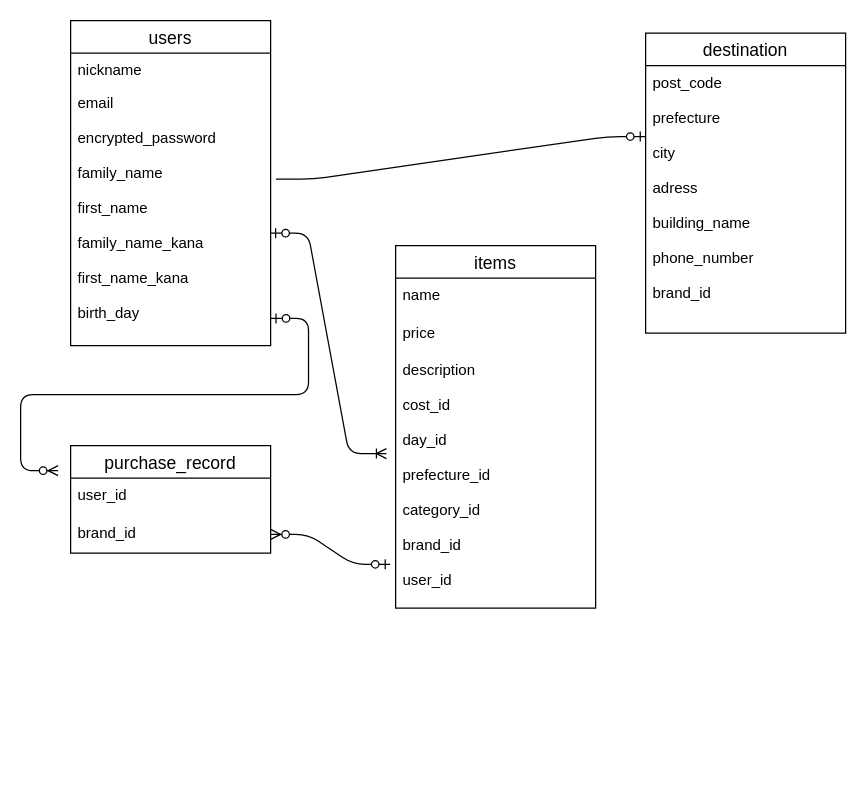
The draw.io diagram test.dio in shinobum10/furima-36695, before the edit. Source tidied: cells renumbered, new cells numbered last; positions are measured from the earlier drawing's top-left corner, leaving out a move shared by most shapes. Both pictures are drawn from the tidied source at 125%, with x=0, y=0 at pixel (58, 20).
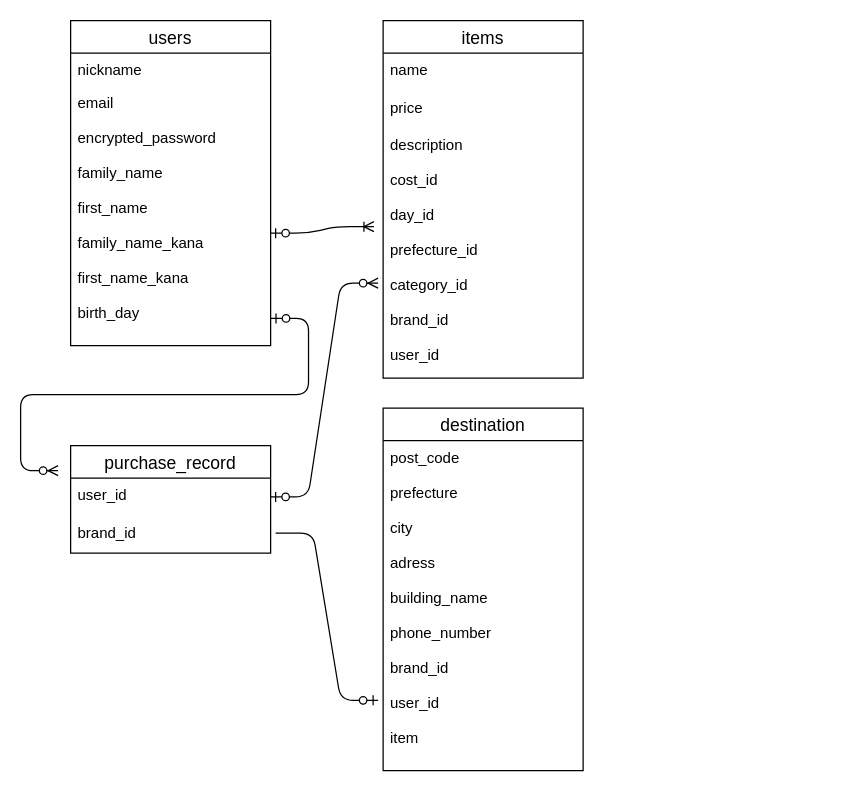
The same diagram, later.

Commit message (it also covers changes not shown here):
ER図・データベース設計修正

Unchanged cells that the change refers to:
```xml
<mxCell id="5" value="encrypted_password&#10;&#10;family_name&#10;&#10;first_name&#10;&#10;family_name_kana&#10;&#10;first_name_kana&#10;&#10;birth_day&#10;&#10;&#10;&#10;" style="text;strokeColor=none;fillColor=none;spacingLeft=4;spacingRight=4;overflow=hidden;points=[[0,0.5],[1,0.5]];portConstraint=eastwest;fontSize=12;" parent="2" vertex="1">
  <mxGeometry y="80" width="160" height="180" as="geometry" />
</mxCell>
<mxCell id="15" value="user_id&#10;" style="text;strokeColor=none;fillColor=none;spacingLeft=4;spacingRight=4;overflow=hidden;points=[[0,0.5],[1,0.5]];portConstraint=eastwest;fontSize=12;" parent="14" vertex="1">
  <mxGeometry y="26" width="160" height="30" as="geometry" />
</mxCell>
<mxCell id="16" value="brand_id" style="text;strokeColor=none;fillColor=none;spacingLeft=4;spacingRight=4;overflow=hidden;points=[[0,0.5],[1,0.5]];portConstraint=eastwest;fontSize=12;" parent="14" vertex="1">
  <mxGeometry y="56" width="160" height="30" as="geometry" />
</mxCell>
```

Diff of the diagram source:
```diff
@@
     <mxCell id="6" value="items" style="swimlane;fontStyle=0;horizontal=1;startSize=26;align=center;fontSize=14;" parent="1" vertex="1">
-      <mxGeometry x="270" y="180" width="160" height="290" as="geometry" />
+      <mxGeometry x="260" width="160" height="286" as="geometry" />
     </mxCell>
@@
     <mxCell id="9" value="description&#10;&#10;cost_id&#10;&#10;day_id&#10;&#10;prefecture_id&#10;&#10;category_id&#10;&#10;brand_id&#10;&#10;user_id&#10;&#10;" style="text;strokeColor=none;fillColor=none;spacingLeft=4;spacingRight=4;overflow=hidden;points=[[0,0.5],[1,0.5]];portConstraint=eastwest;fontSize=12;" parent="6" vertex="1">
-      <mxGeometry y="86" width="160" height="204" as="geometry" />
+      <mxGeometry y="86" width="160" height="200" as="geometry" />
     </mxCell>
     <mxCell id="10" value="destination" style="swimlane;fontStyle=0;horizontal=1;startSize=26;align=center;fontSize=14;" parent="1" vertex="1">
-      <mxGeometry x="470" y="10" width="160" height="240" as="geometry" />
+      <mxGeometry x="260" y="310" width="160" height="290" as="geometry" />
     </mxCell>
-    <mxCell id="11" value="post_code&#10;&#10;prefecture&#10;&#10;city&#10;&#10;adress&#10;&#10;building_name&#10;&#10;phone_number&#10;&#10;brand_id&#10;&#10;&#10;" style="text;strokeColor=none;fillColor=none;spacingLeft=4;spacingRight=4;overflow=hidden;points=[[0,0.5],[1,0.5]];portConstraint=eastwest;fontSize=12;" parent="10" vertex="1">
-      <mxGeometry y="26" width="160" height="214" as="geometry" />
+    <mxCell id="11" value="post_code&#10;&#10;prefecture&#10;&#10;city&#10;&#10;adress&#10;&#10;building_name&#10;&#10;phone_number&#10;&#10;brand_id&#10;&#10;user_id&#10;&#10;item&#10;&#10;" style="text;strokeColor=none;fillColor=none;spacingLeft=4;spacingRight=4;overflow=hidden;points=[[0,0.5],[1,0.5]];portConstraint=eastwest;fontSize=12;" parent="10" vertex="1">
+      <mxGeometry y="26" width="160" height="264" as="geometry" />
     </mxCell>
-    <mxCell id="12" style="edgeStyle=entityRelationEdgeStyle;fontSize=12;html=1;endArrow=ERzeroToOne;endFill=1;exitX=1.027;exitY=0.26;exitDx=0;exitDy=0;exitPerimeter=0;entryX=-0.002;entryY=0.886;entryDx=0;entryDy=0;entryPerimeter=0;" parent="1" edge="1" source="5">
+    <mxCell id="12" style="edgeStyle=entityRelationEdgeStyle;fontSize=12;html=1;endArrow=ERzeroToOne;endFill=1;entryX=-0.025;entryY=0.787;entryDx=0;entryDy=0;entryPerimeter=0;" parent="1" edge="1" target="11">
       <mxGeometry relative="1" as="geometry">
-        <mxPoint x="469.7" y="92.7" as="targetPoint" />
+        <mxPoint x="174" y="410" as="sourcePoint" />
       </mxGeometry>
     </mxCell>
@@
-    <mxCell id="17" style="edgeStyle=entityRelationEdgeStyle;fontSize=12;html=1;endArrow=ERzeroToMany;startArrow=ERzeroToOne;exitX=-0.027;exitY=0.828;exitDx=0;exitDy=0;exitPerimeter=0;entryX=1;entryY=0.5;entryDx=0;entryDy=0;" parent="1" edge="1" source="9" target="16">
-      <mxGeometry relative="1" as="geometry" />
+    <mxCell id="17" style="edgeStyle=entityRelationEdgeStyle;fontSize=12;html=1;endArrow=ERzeroToMany;startArrow=ERzeroToOne;exitX=1;exitY=0.5;exitDx=0;exitDy=0;" parent="1" edge="1" source="15">
+      <mxGeometry relative="1" as="geometry">
+        <mxPoint x="256" y="210" as="targetPoint" />
+      </mxGeometry>
     </mxCell>
```
